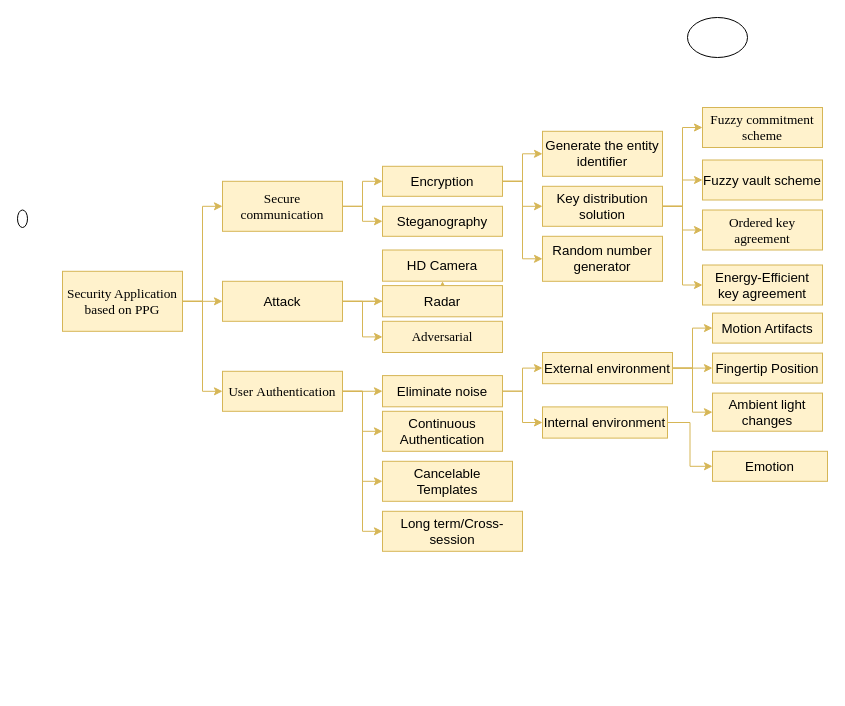
NasTul/Diagrams keeps this draw.io diagram as Untitled Diagram.drawio. Above is the earlier version. Source tidied: cells renumbered, new cells numbered last; positions are measured from the earlier drawing's top-left corner, leaving out a move shared by most shapes. Both pictures are drawn from the tidied source at 100%, with x=0, y=0 at pixel (17, 17).
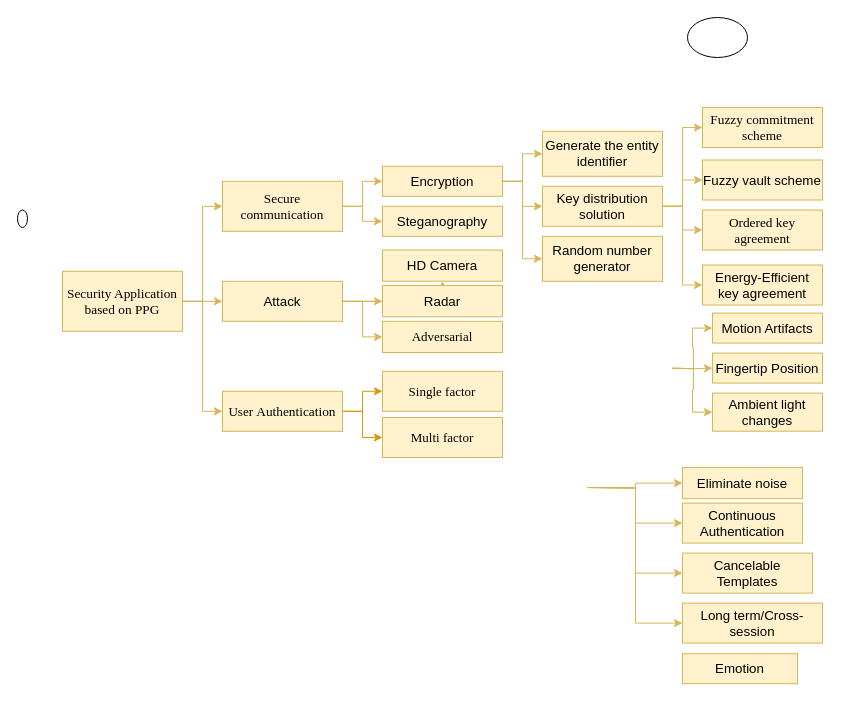
The same diagram, later.

The change refers to these unchanged cells:
```xml
<mxCell id="5" value="&lt;span style=&quot;font-size: 10pt&quot;&gt;&lt;font face=&quot;Times New Roman&quot;&gt;Security Application based on PPG&lt;/font&gt;&lt;/span&gt;" style="rounded=0;whiteSpace=wrap;html=1;fillColor=#fff2cc;strokeColor=#d6b656;" parent="1" vertex="1">
  <mxGeometry x="45" y="253.8" width="120" height="60" as="geometry" />
</mxCell>
<mxCell id="43" value="&lt;font face=&quot;noto_regular&quot;&gt;&lt;span style=&quot;font-size: 13.3333px&quot;&gt;Motion Artifacts&lt;/span&gt;&lt;/font&gt;" style="rounded=0;whiteSpace=wrap;html=1;fillColor=#fff2cc;strokeColor=#d6b656;" parent="1" vertex="1">
  <mxGeometry x="695" y="295.6" width="110" height="30" as="geometry" />
</mxCell>
<mxCell id="44" value="&lt;font face=&quot;noto_regular&quot;&gt;&lt;span style=&quot;font-size: 13.3333px&quot;&gt;Fingertip Position&lt;/span&gt;&lt;/font&gt;" style="rounded=0;whiteSpace=wrap;html=1;fillColor=#fff2cc;strokeColor=#d6b656;" parent="1" vertex="1">
  <mxGeometry x="695" y="335.6" width="110" height="30" as="geometry" />
</mxCell>
<mxCell id="45" value="&lt;font face=&quot;noto_regular&quot;&gt;&lt;span style=&quot;font-size: 13.3333px&quot;&gt;Ambient light changes&lt;/span&gt;&lt;/font&gt;" style="rounded=0;whiteSpace=wrap;html=1;fillColor=#fff2cc;strokeColor=#d6b656;" parent="1" vertex="1">
  <mxGeometry x="695" y="375.6" width="110" height="38.1" as="geometry" />
</mxCell>
```

Change to the diagram source:
```diff
@@
-    <mxCell id="4" style="edgeStyle=orthogonalEdgeStyle;rounded=0;jettySize=auto;html=1;entryX=0;entryY=0.5;entryDx=0;entryDy=0;fillColor=#fff2cc;strokeColor=#d6b656;" parent="1" edge="1" source="5" target="10">
+    <mxCell id="4" style="edgeStyle=orthogonalEdgeStyle;rounded=0;jettySize=auto;html=1;fillColor=#fff2cc;strokeColor=#d6b656;entryX=0;entryY=0.5;entryDx=0;entryDy=0;" parent="1" edge="1" source="5" target="10">
       <mxGeometry relative="1" as="geometry" />
     </mxCell>
@@
-    <mxCell id="6" style="edgeStyle=orthogonalEdgeStyle;rounded=0;jettySize=auto;html=1;entryX=0;entryY=0.5;entryDx=0;entryDy=0;fillColor=#fff2cc;strokeColor=#d6b656;" parent="1" edge="1" source="10" target="38">
-      <mxGeometry relative="1" as="geometry" />
+    <mxCell id="6" style="edgeStyle=orthogonalEdgeStyle;rounded=0;jettySize=auto;html=1;entryX=0;entryY=0.5;entryDx=0;entryDy=0;fillColor=#fff2cc;strokeColor=#d6b656;" parent="1" edge="1" target="38">
+      <mxGeometry relative="1" as="geometry">
+        <mxPoint x="570" y="470" as="sourcePoint" />
+      </mxGeometry>
     </mxCell>
-    <mxCell id="7" style="edgeStyle=orthogonalEdgeStyle;rounded=0;jettySize=auto;html=1;entryX=0;entryY=0.5;entryDx=0;entryDy=0;fillColor=#fff2cc;strokeColor=#d6b656;" parent="1" edge="1" source="10" target="46">
-      <mxGeometry relative="1" as="geometry" />
+    <mxCell id="7" style="edgeStyle=orthogonalEdgeStyle;rounded=0;jettySize=auto;html=1;entryX=0;entryY=0.5;entryDx=0;entryDy=0;fillColor=#fff2cc;strokeColor=#d6b656;" parent="1" edge="1" target="46">
+      <mxGeometry relative="1" as="geometry">
+        <mxPoint x="570" y="470" as="sourcePoint" />
+      </mxGeometry>
     </mxCell>
-    <mxCell id="8" style="edgeStyle=orthogonalEdgeStyle;rounded=0;jettySize=auto;html=1;entryX=0;entryY=0.5;entryDx=0;entryDy=0;fillColor=#fff2cc;strokeColor=#d6b656;" parent="1" edge="1" source="10" target="47">
-      <mxGeometry relative="1" as="geometry" />
+    <mxCell id="8" style="edgeStyle=orthogonalEdgeStyle;rounded=0;jettySize=auto;html=1;entryX=0;entryY=0.5;entryDx=0;entryDy=0;fillColor=#fff2cc;strokeColor=#d6b656;" parent="1" edge="1" target="47">
+      <mxGeometry relative="1" as="geometry">
+        <mxPoint x="570" y="470" as="sourcePoint" />
+      </mxGeometry>
     </mxCell>
-    <mxCell id="9" style="edgeStyle=orthogonalEdgeStyle;rounded=0;jettySize=auto;html=1;entryX=0;entryY=0.5;entryDx=0;entryDy=0;fillColor=#fff2cc;strokeColor=#d6b656;" parent="1" edge="1" source="10" target="48">
-      <mxGeometry relative="1" as="geometry" />
+    <mxCell id="9" style="edgeStyle=orthogonalEdgeStyle;rounded=0;jettySize=auto;html=1;entryX=0;entryY=0.5;entryDx=0;entryDy=0;fillColor=#fff2cc;strokeColor=#d6b656;" parent="1" edge="1" target="48">
+      <mxGeometry relative="1" as="geometry">
+        <mxPoint x="570" y="470" as="sourcePoint" />
+      </mxGeometry>
     </mxCell>
-    <mxCell id="10" value="&lt;font face=&quot;Times New Roman&quot;&gt;User&amp;nbsp;&lt;span style=&quot;font-size: 10pt&quot;&gt;Authentication&lt;/span&gt;&lt;/font&gt;" style="rounded=0;whiteSpace=wrap;html=1;fontSize=13;fillColor=#fff2cc;strokeColor=#d6b656;" parent="1" vertex="1">
-      <mxGeometry x="205" y="353.8" width="120" height="40" as="geometry" />
-    </mxCell>
@@
-    <mxCell id="36" style="edgeStyle=orthogonalEdgeStyle;rounded=0;jettySize=auto;html=1;entryX=0;entryY=0.5;entryDx=0;entryDy=0;fillColor=#fff2cc;strokeColor=#d6b656;" parent="1" edge="1" source="38" target="42">
-      <mxGeometry relative="1" as="geometry" />
-    </mxCell>
-    <mxCell id="37" style="edgeStyle=orthogonalEdgeStyle;rounded=0;jettySize=auto;html=1;entryX=0;entryY=0.5;entryDx=0;entryDy=0;fillColor=#fff2cc;strokeColor=#d6b656;" parent="1" edge="1" source="38" target="50">
-      <mxGeometry relative="1" as="geometry" />
-    </mxCell>
     <mxCell id="38" value="&lt;span style=&quot;font-family: &amp;#34;noto_regular&amp;#34; ; font-size: 10pt&quot;&gt;Eliminate noise&lt;/span&gt;" style="rounded=0;whiteSpace=wrap;html=1;fillColor=#fff2cc;strokeColor=#d6b656;" parent="1" vertex="1">
-      <mxGeometry x="365" y="358.1" width="120" height="31.2" as="geometry" />
+      <mxGeometry x="665" y="450" width="120" height="31.2" as="geometry" />
     </mxCell>
-    <mxCell id="39" style="edgeStyle=orthogonalEdgeStyle;rounded=0;jettySize=auto;html=1;entryX=0;entryY=0.5;entryDx=0;entryDy=0;fillColor=#fff2cc;strokeColor=#d6b656;" parent="1" edge="1" source="42" target="43">
-      <mxGeometry relative="1" as="geometry" />
+    <mxCell id="39" style="edgeStyle=orthogonalEdgeStyle;rounded=0;jettySize=auto;html=1;entryX=0;entryY=0.5;entryDx=0;entryDy=0;fillColor=#fff2cc;strokeColor=#d6b656;" parent="1" edge="1" target="43">
+      <mxGeometry relative="1" as="geometry">
+        <mxPoint x="655" y="350.7" as="sourcePoint" />
+      </mxGeometry>
     </mxCell>
-    <mxCell id="40" style="edgeStyle=orthogonalEdgeStyle;rounded=0;jettySize=auto;html=1;entryX=0;entryY=0.5;entryDx=0;entryDy=0;fillColor=#fff2cc;strokeColor=#d6b656;" parent="1" edge="1" source="42" target="44">
-      <mxGeometry relative="1" as="geometry" />
+    <mxCell id="40" style="edgeStyle=orthogonalEdgeStyle;rounded=0;jettySize=auto;html=1;entryX=0;entryY=0.5;entryDx=0;entryDy=0;fillColor=#fff2cc;strokeColor=#d6b656;" parent="1" edge="1" target="44">
+      <mxGeometry relative="1" as="geometry">
+        <mxPoint x="655" y="350.7" as="sourcePoint" />
+      </mxGeometry>
     </mxCell>
-    <mxCell id="41" style="edgeStyle=orthogonalEdgeStyle;rounded=0;jettySize=auto;html=1;entryX=0;entryY=0.5;entryDx=0;entryDy=0;fillColor=#fff2cc;strokeColor=#d6b656;" parent="1" edge="1" source="42" target="45">
-      <mxGeometry relative="1" as="geometry" />
+    <mxCell id="41" style="edgeStyle=orthogonalEdgeStyle;rounded=0;jettySize=auto;html=1;entryX=0;entryY=0.5;entryDx=0;entryDy=0;fillColor=#fff2cc;strokeColor=#d6b656;" parent="1" edge="1" target="45">
+      <mxGeometry relative="1" as="geometry">
+        <mxPoint x="655" y="350.7" as="sourcePoint" />
+      </mxGeometry>
     </mxCell>
-    <mxCell id="42" value="&lt;span style=&quot;font-family: &amp;#34;noto_regular&amp;#34; ; font-size: 10pt&quot;&gt;External environment&lt;/span&gt;" style="rounded=0;whiteSpace=wrap;html=1;fillColor=#fff2cc;strokeColor=#d6b656;" parent="1" vertex="1">
-      <mxGeometry x="525" y="335" width="130" height="31.2" as="geometry" />
-    </mxCell>
@@
     <mxCell id="46" value="&lt;span style=&quot;font-family: &amp;#34;noto_regular&amp;#34; ; font-size: 10pt&quot;&gt;Continuous Authentication&lt;/span&gt;" style="rounded=0;whiteSpace=wrap;html=1;fillColor=#fff2cc;strokeColor=#d6b656;" parent="1" vertex="1">
-      <mxGeometry x="365" y="393.8" width="120" height="40" as="geometry" />
+      <mxGeometry x="665" y="485.6" width="120" height="40" as="geometry" />
     </mxCell>
     <mxCell id="47" value="&lt;span style=&quot;font-family: &amp;#34;noto_regular&amp;#34; ; font-size: 10pt&quot;&gt;Cancelable Templates&lt;/span&gt;" style="rounded=0;whiteSpace=wrap;html=1;fillColor=#fff2cc;strokeColor=#d6b656;" parent="1" vertex="1">
-      <mxGeometry x="365" y="443.8" width="130" height="40" as="geometry" />
+      <mxGeometry x="665" y="535.6" width="130" height="40" as="geometry" />
     </mxCell>
     <mxCell id="48" value="&lt;p&gt;&lt;span style=&quot;font-family: &amp;#34;noto_regular&amp;#34; ; font-size: 10pt&quot;&gt;Long term/&lt;/span&gt;&lt;span style=&quot;font-family: &amp;#34;noto_regular&amp;#34; ; font-size: 10pt&quot;&gt;Cross-session&lt;/span&gt;&lt;/p&gt;" style="rounded=0;whiteSpace=wrap;html=1;fillColor=#fff2cc;strokeColor=#d6b656;" parent="1" vertex="1">
-      <mxGeometry x="365" y="493.8" width="140" height="40" as="geometry" />
+      <mxGeometry x="665" y="585.6" width="140" height="40" as="geometry" />
     </mxCell>
-    <mxCell id="49" style="edgeStyle=orthogonalEdgeStyle;rounded=0;jettySize=auto;html=1;entryX=0;entryY=0.5;entryDx=0;entryDy=0;fillColor=#fff2cc;strokeColor=#d6b656;" parent="1" edge="1" source="50" target="53">
-      <mxGeometry relative="1" as="geometry" />
-    </mxCell>
-    <mxCell id="50" value="&lt;span style=&quot;font-family: &amp;#34;noto_regular&amp;#34; ; font-size: 10pt&quot;&gt;Internal environment&lt;/span&gt;" style="rounded=0;whiteSpace=wrap;html=1;fillColor=#fff2cc;strokeColor=#d6b656;" parent="1" vertex="1">
-      <mxGeometry x="525" y="389.4" width="125" height="31.2" as="geometry" />
-    </mxCell>
@@
     <mxCell id="53" value="&lt;p&gt;&lt;span style=&quot;font-family: &amp;#34;noto_regular&amp;#34; ; font-size: 10pt&quot;&gt;Emotion&lt;/span&gt;&lt;br&gt;&lt;/p&gt;" style="rounded=0;whiteSpace=wrap;html=1;fillColor=#fff2cc;strokeColor=#d6b656;" parent="1" vertex="1">
-      <mxGeometry x="695" y="433.8" width="115" height="30" as="geometry" />
+      <mxGeometry x="665" y="636.2" width="115" height="30" as="geometry" />
     </mxCell>
@@
+    <mxCell id="55" style="edgeStyle=orthogonalEdgeStyle;rounded=0;jettySize=auto;html=1;entryX=0;entryY=0.5;entryDx=0;entryDy=0;fillColor=#ffe6cc;strokeColor=#d79b00;" parent="1" edge="1" source="10" target="57">
+      <mxGeometry relative="1" as="geometry" />
+    </mxCell>
+    <mxCell id="56" style="edgeStyle=orthogonalEdgeStyle;rounded=0;jettySize=auto;html=1;entryX=0;entryY=0.5;entryDx=0;entryDy=0;fillColor=#ffe6cc;strokeColor=#d79b00;" parent="1" edge="1" source="10" target="58">
+      <mxGeometry relative="1" as="geometry" />
+    </mxCell>
+    <mxCell id="10" value="&lt;font face=&quot;Times New Roman&quot;&gt;User&amp;nbsp;&lt;span style=&quot;font-size: 10pt&quot;&gt;Authentication&lt;/span&gt;&lt;/font&gt;" style="rounded=0;whiteSpace=wrap;html=1;fontSize=13;fillColor=#fff2cc;strokeColor=#d6b656;" parent="1" vertex="1">
+      <mxGeometry x="205" y="373.8" width="120" height="40" as="geometry" />
+    </mxCell>
+    <mxCell id="57" value="&lt;font face=&quot;Times New Roman&quot;&gt;Single factor&lt;/font&gt;" style="rounded=0;whiteSpace=wrap;html=1;fontSize=13;fillColor=#fff2cc;strokeColor=#d6b656;" parent="1" vertex="1">
+      <mxGeometry x="365" y="353.8" width="120" height="40" as="geometry" />
+    </mxCell>
+    <mxCell id="58" value="&lt;font face=&quot;Times New Roman&quot;&gt;Multi factor&lt;/font&gt;" style="rounded=0;whiteSpace=wrap;html=1;fontSize=13;fillColor=#fff2cc;strokeColor=#d6b656;" parent="1" vertex="1">
+      <mxGeometry x="365" y="400" width="120" height="40" as="geometry" />
+    </mxCell>
```
